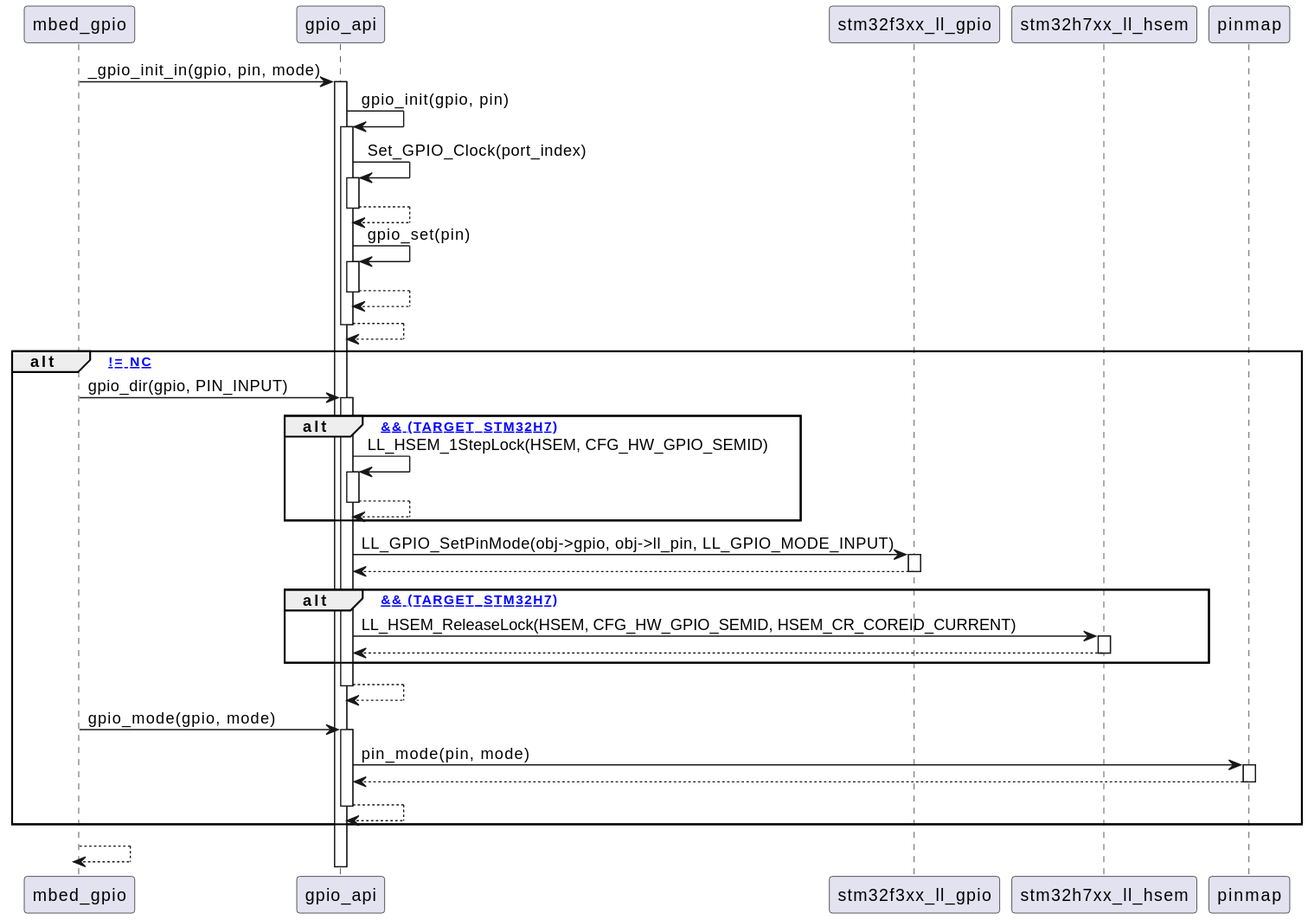
Earlier version of the PlantUML export ai-design/sequence/_gpio_init_in.svg (Bhagyani08/test_project).
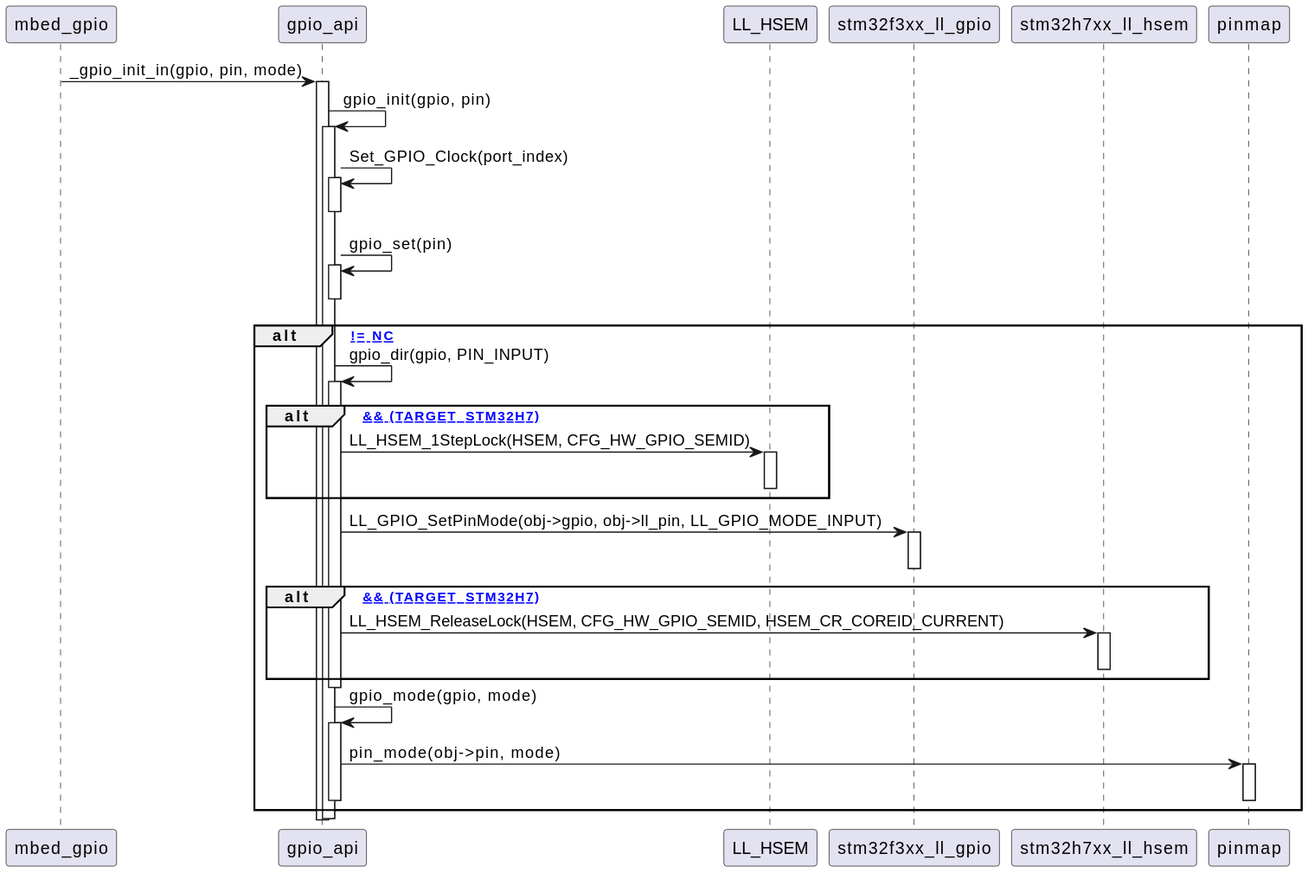
After the commit.

Commit message:
Auto-update AI design diagrams

The edit, as a diff of the source:
```diff
@@ -1,64 +1,45 @@
 @startuml
 participant mbed_gpio
 participant gpio_api
+participant LL_HSEM
 participant stm32f3xx_ll_gpio
 participant stm32h7xx_ll_hsem
 participant pinmap
 
 mbed_gpio -> gpio_api: _gpio_init_in(gpio, pin, mode)
 activate gpio_api
-
-gpio_api -> gpio_api: gpio_init(gpio, pin)
-activate gpio_api
-
-gpio_api -> gpio_api: Set_GPIO_Clock(port_index)
-activate gpio_api
-gpio_api --> gpio_api
-deactivate gpio_api
-
-gpio_api -> gpio_api: gpio_set(pin)
-activate gpio_api
-gpio_api --> gpio_api
-deactivate gpio_api
-
-gpio_api --> gpio_api
-deactivate gpio_api
+    gpio_api -> gpio_api: gpio_init(gpio, pin)
+    activate gpio_api
+        gpio_api -> gpio_api: Set_GPIO_Clock(port_index)
+        activate gpio_api
+            deactivate gpio_api
+        gpio_api -> gpio_api: gpio_set(pin)
+        activate gpio_api
+            deactivate gpio_api
 alt [pin != NC]
-    mbed_gpio -> gpio_api: gpio_dir(gpio, PIN_INPUT)
-    activate gpio_api
+            gpio_api -> gpio_api: gpio_dir(gpio, PIN_INPUT)
+            activate gpio_api
 alt [defined(DUAL_CORE) && (TARGET_STM32H7)]
-        gpio_api -> gpio_api: LL_HSEM_1StepLock(HSEM, CFG_HW_GPIO_SEMID)
-        activate gpio_api
-        gpio_api --> gpio_api
-        deactivate gpio_api
-    end
-
-    gpio_api -> stm32f3xx_ll_gpio: LL_GPIO_SetPinMode(obj->gpio, obj->ll_pin, LL_GPIO_MODE_INPUT)
-    activate stm32f3xx_ll_gpio
-    stm32f3xx_ll_gpio --> gpio_api
-    deactivate stm32f3xx_ll_gpio
+                    gpio_api -> LL_HSEM: LL_HSEM_1StepLock(HSEM, CFG_HW_GPIO_SEMID)
+                    activate LL_HSEM
+                        deactivate LL_HSEM
+                end
+                gpio_api -> stm32f3xx_ll_gpio: LL_GPIO_SetPinMode(obj->gpio, obj->ll_pin, LL_GPIO_MODE_INPUT)
+                activate stm32f3xx_ll_gpio
+                    deactivate stm32f3xx_ll_gpio
 alt [defined(DUAL_CORE) && (TARGET_STM32H7)]
-        gpio_api -> stm32h7xx_ll_hsem: LL_HSEM_ReleaseLock(HSEM, CFG_HW_GPIO_SEMID, HSEM_CR_COREID_CURRENT)
-        activate stm32h7xx_ll_hsem
-        stm32h7xx_ll_hsem --> gpio_api
-        deactivate stm32h7xx_ll_hsem
-    end
-
-    gpio_api --> gpio_api
+                    gpio_api -> stm32h7xx_ll_hsem: LL_HSEM_ReleaseLock(HSEM, CFG_HW_GPIO_SEMID, HSEM_CR_COREID_CURRENT)
+                    activate stm32h7xx_ll_hsem
+                        deactivate stm32h7xx_ll_hsem
+                end
+            deactivate gpio_api
+            gpio_api -> gpio_api: gpio_mode(gpio, mode)
+            activate gpio_api
+                gpio_api -> pinmap: pin_mode(obj->pin, mode)
+                activate pinmap
+                    deactivate pinmap
+            deactivate gpio_api
+        end
     deactivate gpio_api
-
-    mbed_gpio -> gpio_api: gpio_mode(gpio, mode)
-    activate gpio_api
-
-    gpio_api -> pinmap: pin_mode(pin, mode)
-    activate pinmap
-    pinmap --> gpio_api
-    deactivate pinmap
-
-    gpio_api --> gpio_api
-    deactivate gpio_api
-end
-
-mbed_gpio --> mbed_gpio
 deactivate mbed_gpio
 @enduml
```
